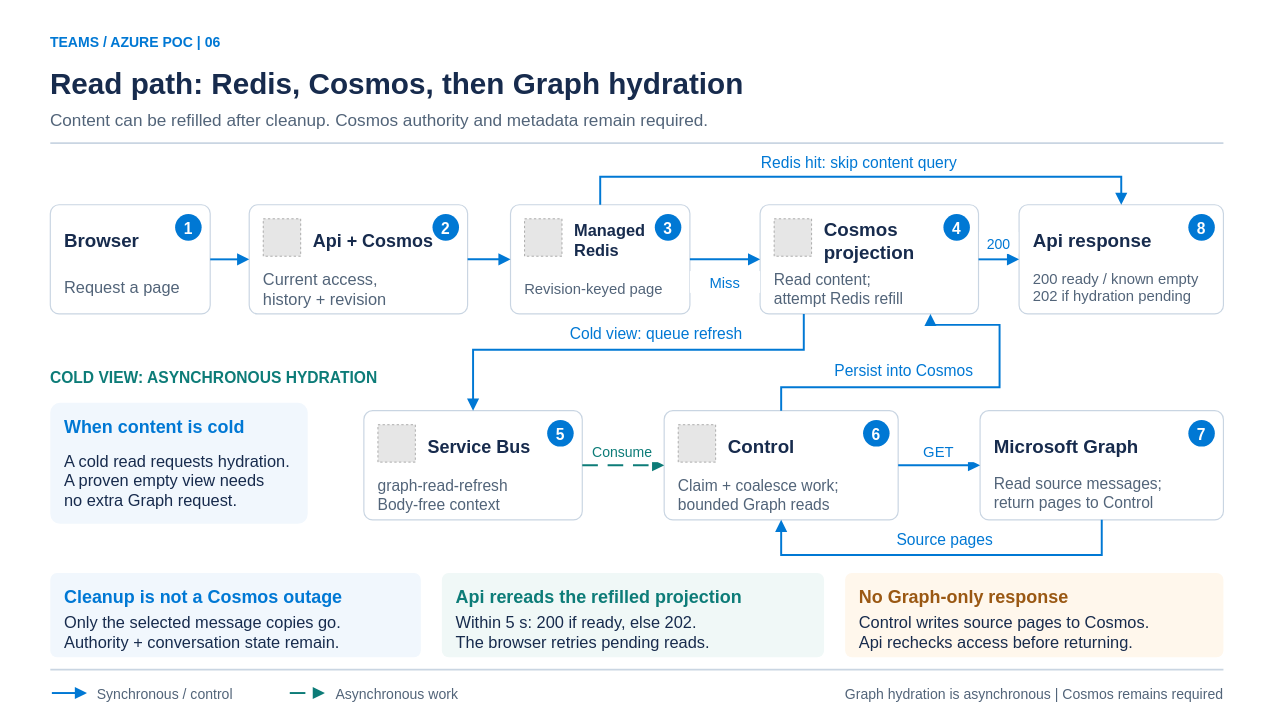
Above: docs/architecture/diagrams/read-path.drawio in rmoreirao/ms-teams-custom-app (draw.io), before the change. Source tidied: cells renumbered, new cells numbered last; positions are measured from the earlier drawing's top-left corner, leaving out a move shared by most shapes. Both pictures are drawn from the tidied source at 78%, with x=0, y=0 at pixel (12, 12). Pictures stored in the file or linked from it are replaced by grey dashed boxes.
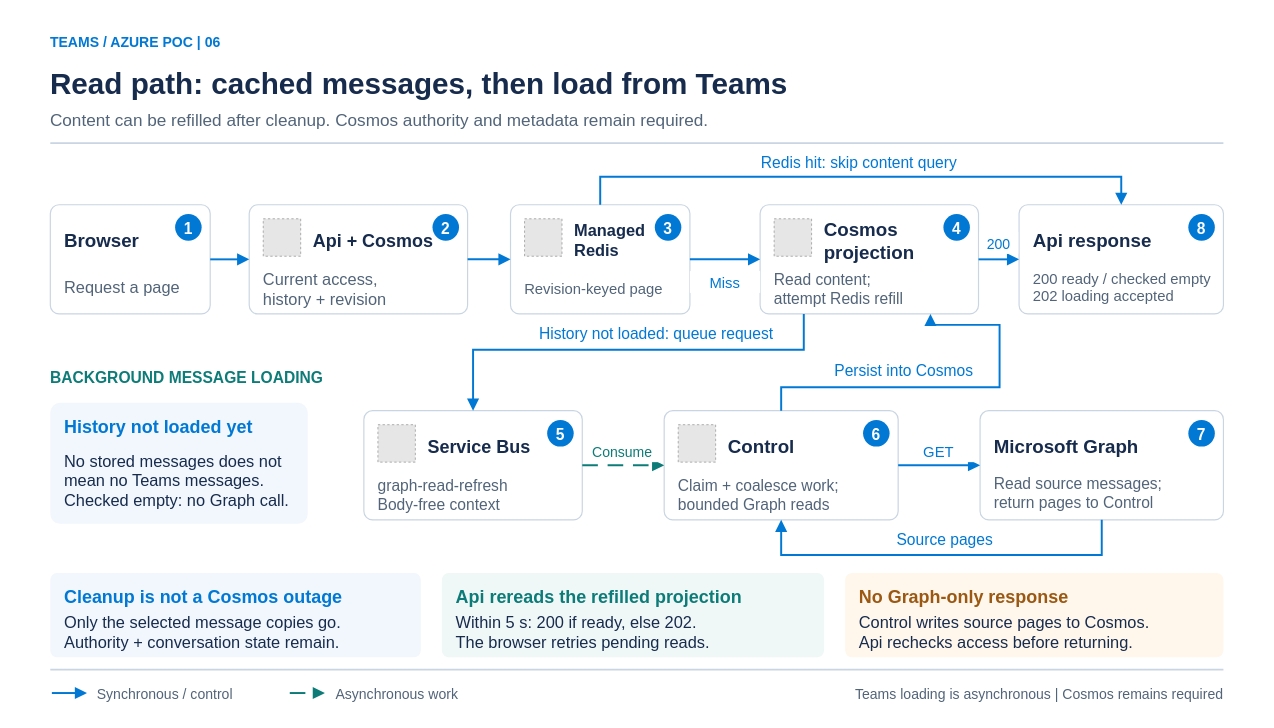
Above is the later version.

The change refers to these unchanged cells:
```xml
<mxCell id="26" style="rounded=1;arcSize=8;whiteSpace=wrap;html=0;fillColor=#FFFFFF;strokeColor=#C9D5E2;strokeWidth=1.5;dashed=0;" parent="1" vertex="1">
  <mxGeometry x="1290" y="246" width="262" height="140" as="geometry" />
</mxCell>
<mxCell id="39" style="rounded=1;arcSize=8;whiteSpace=wrap;html=0;fillColor=#F1F7FD;strokeColor=none;strokeWidth=1.5;dashed=0;" parent="1" vertex="1">
  <mxGeometry x="48" y="500" width="330" height="155" as="geometry" />
</mxCell>
```

What changed in the source:
```diff
@@
-    <mxCell id="4" value="Read path: Redis, Cosmos, then Graph hydration" style="text;html=0;whiteSpace=nowrap;overflow=visible;align=left;verticalAlign=middle;fontFamily=Arial;fontSize=38;fontColor=#172B4D;fontStyle=1;spacing=0;strokeColor=none;fillColor=none;" parent="1" vertex="1">
+    <mxCell id="4" value="Read path: cached messages, then load from Teams" style="text;html=0;whiteSpace=nowrap;overflow=visible;align=left;verticalAlign=middle;fontFamily=Arial;fontSize=38;fontColor=#172B4D;fontStyle=1;spacing=0;strokeColor=none;fillColor=none;" parent="1" vertex="1">
       <mxGeometry x="48" y="61" width="1500" height="50" as="geometry" />
     </mxCell>
@@
-    <mxCell id="29" value="200 ready / known empty&#10;202 if hydration pending" style="text;html=0;whiteSpace=nowrap;overflow=visible;align=left;verticalAlign=middle;fontFamily=Arial;fontSize=19;fontColor=#526479;fontStyle=0;spacing=0;strokeColor=none;fillColor=none;" parent="26" vertex="1">
-      <mxGeometry x="18" y="82" width="226" height="45" as="geometry" />
+    <mxCell id="29" value="200 ready / checked empty&#10;202 loading accepted" style="text;html=0;whiteSpace=nowrap;overflow=visible;align=left;verticalAlign=middle;fontFamily=Arial;fontSize=19;fontColor=#526479;fontStyle=0;spacing=0;strokeColor=none;fillColor=none;" parent="26" vertex="1">
+      <mxGeometry x="18" y="82" width="230" height="45" as="geometry" />
     </mxCell>
@@
-    <mxCell id="38" value="COLD VIEW: ASYNCHRONOUS HYDRATION" style="text;html=0;whiteSpace=nowrap;overflow=visible;align=left;verticalAlign=middle;fontFamily=Arial;fontSize=20;fontColor=#0D7C78;fontStyle=1;spacing=0;strokeColor=none;fillColor=none;" parent="1" vertex="1">
+    <mxCell id="38" value="BACKGROUND MESSAGE LOADING" style="text;html=0;whiteSpace=nowrap;overflow=visible;align=left;verticalAlign=middle;fontFamily=Arial;fontSize=20;fontColor=#0D7C78;fontStyle=1;spacing=0;strokeColor=none;fillColor=none;" parent="1" vertex="1">
       <mxGeometry x="48" y="450" width="820" height="32" as="geometry" />
     </mxCell>
@@
-    <mxCell id="40" value="When content is cold" style="text;html=0;whiteSpace=nowrap;overflow=visible;align=left;verticalAlign=middle;fontFamily=Arial;fontSize=23;fontColor=#0078D4;fontStyle=1;spacing=0;strokeColor=none;fillColor=none;" parent="39" vertex="1">
+    <mxCell id="40" value="History not loaded yet" style="text;html=0;whiteSpace=nowrap;overflow=visible;align=left;verticalAlign=middle;fontFamily=Arial;fontSize=23;fontColor=#0078D4;fontStyle=1;spacing=0;strokeColor=none;fillColor=none;" parent="39" vertex="1">
       <mxGeometry x="18" y="14" width="294" height="28" as="geometry" />
     </mxCell>
-    <mxCell id="41" value="A cold read requests hydration.&#10;A proven empty view needs&#10;no extra Graph request." style="text;html=0;whiteSpace=nowrap;overflow=visible;align=left;verticalAlign=middle;fontFamily=Arial;fontSize=21;fontColor=#172B4D;fontStyle=0;spacing=0;strokeColor=none;fillColor=none;" parent="39" vertex="1">
+    <mxCell id="41" value="No stored messages does not&#10;mean no Teams messages.&#10;Checked empty: no Graph call." style="text;html=0;whiteSpace=nowrap;overflow=visible;align=left;verticalAlign=middle;fontFamily=Arial;fontSize=21;fontColor=#172B4D;fontStyle=0;spacing=0;strokeColor=none;fillColor=none;" parent="39" vertex="1">
       <mxGeometry x="18" y="51" width="294" height="94" as="geometry" />
     </mxCell>
@@
-    <mxCell id="57" value="Cold view: queue refresh" style="text;html=0;whiteSpace=nowrap;overflow=visible;align=center;verticalAlign=middle;fontFamily=Arial;fontSize=20;fontColor=#0078D4;fontStyle=0;spacing=0;strokeColor=none;fillColor=#FFFFFF;" parent="1" vertex="1">
+    <mxCell id="57" value="History not loaded: queue request" style="text;html=0;whiteSpace=nowrap;overflow=visible;align=center;verticalAlign=middle;fontFamily=Arial;fontSize=20;fontColor=#0078D4;fontStyle=0;spacing=0;strokeColor=none;fillColor=#FFFFFF;" parent="1" vertex="1">
       <mxGeometry x="650" y="395" width="350" height="28" as="geometry" />
     </mxCell>
@@
-    <mxCell id="80" value="Graph hydration is asynchronous  |  Cosmos remains required" style="text;html=0;whiteSpace=nowrap;overflow=visible;align=right;verticalAlign=middle;fontFamily=Arial;fontSize=18;fontColor=#526479;fontStyle=0;spacing=0;strokeColor=none;fillColor=none;" parent="1" vertex="1">
+    <mxCell id="80" value="Teams loading is asynchronous  |  Cosmos remains required" style="text;html=0;whiteSpace=nowrap;overflow=visible;align=right;verticalAlign=middle;fontFamily=Arial;fontSize=18;fontColor=#526479;fontStyle=0;spacing=0;strokeColor=none;fillColor=none;" parent="1" vertex="1">
       <mxGeometry x="720" y="857" width="832" height="30" as="geometry" />
     </mxCell>
```
